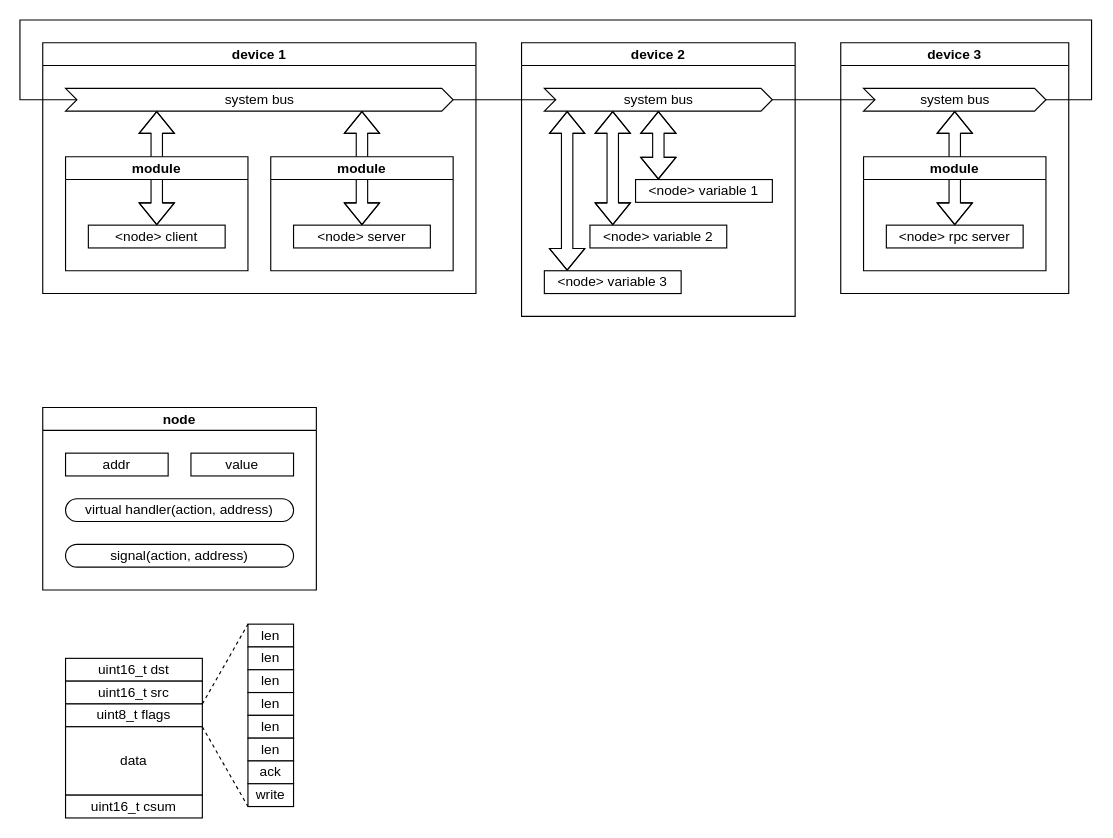
This is page "system bus" (3 of 3) of docs/diagrams_src.drawio from korrmet/ytk, a draw.io file, before an edit. Source tidied: cells renumbered, new cells numbered last; positions are measured from the earlier drawing's top-left corner, leaving out a move shared by most shapes. Both pictures are drawn from the tidied source at 114%, with x=0, y=0 at pixel (19, 19).
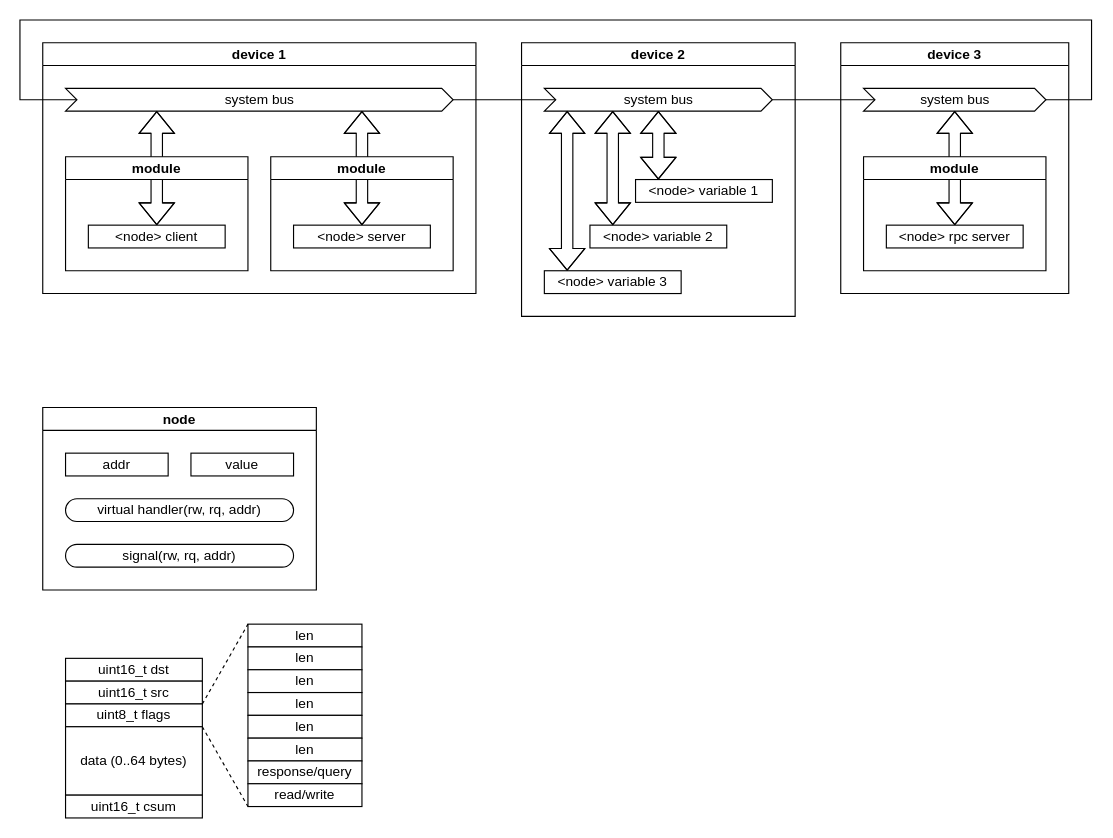
Above is the later version.

Commit message:
Added some unsaved changes in diagrams

The change refers to these unchanged cells:
```xml
<mxCell id="18" value="node" style="swimlane;startSize=20;fontFamily=Iosevka;" parent="1" vertex="1">
  <mxGeometry x="20" y="340" width="240" height="160" as="geometry" />
</mxCell>
```

Diff of the diagram source:
```diff
@@
-    <mxCell id="20" value="virtual handler(action, address)" style="rounded=1;whiteSpace=wrap;html=1;arcSize=50;fontFamily=Iosevka;" parent="18" vertex="1">
+    <mxCell id="20" value="virtual handler(rw, rq, addr)" style="rounded=1;whiteSpace=wrap;html=1;arcSize=50;fontFamily=Iosevka;" parent="18" vertex="1">
       <mxGeometry x="20" y="80" width="200" height="20" as="geometry" />
     </mxCell>
@@
-    <mxCell id="22" value="signal(action, address)" style="rounded=1;whiteSpace=wrap;html=1;arcSize=50;fontFamily=Iosevka;" parent="18" vertex="1">
+    <mxCell id="22" value="signal(rw, rq, addr)" style="rounded=1;whiteSpace=wrap;html=1;arcSize=50;fontFamily=Iosevka;" parent="18" vertex="1">
       <mxGeometry x="20" y="120" width="200" height="20" as="geometry" />
     </mxCell>
@@
     <mxCell id="34" value="len" style="rounded=0;whiteSpace=wrap;html=1;fontFamily=Iosevka;" parent="1" vertex="1">
-      <mxGeometry x="200" y="530" width="40" height="20" as="geometry" />
+      <mxGeometry x="200" y="530" width="100" height="20" as="geometry" />
     </mxCell>
     <mxCell id="35" value="len" style="rounded=0;whiteSpace=wrap;html=1;fontFamily=Iosevka;" parent="1" vertex="1">
-      <mxGeometry x="200" y="550" width="40" height="20" as="geometry" />
+      <mxGeometry x="200" y="550" width="100" height="20" as="geometry" />
     </mxCell>
     <mxCell id="36" value="len" style="rounded=0;whiteSpace=wrap;html=1;fontFamily=Iosevka;" parent="1" vertex="1">
-      <mxGeometry x="200" y="570" width="40" height="20" as="geometry" />
+      <mxGeometry x="200" y="570" width="100" height="20" as="geometry" />
     </mxCell>
     <mxCell id="37" value="len" style="rounded=0;whiteSpace=wrap;html=1;fontFamily=Iosevka;" parent="1" vertex="1">
-      <mxGeometry x="200" y="590" width="40" height="20" as="geometry" />
+      <mxGeometry x="200" y="590" width="100" height="20" as="geometry" />
     </mxCell>
     <mxCell id="38" value="len" style="rounded=0;whiteSpace=wrap;html=1;fontFamily=Iosevka;" parent="1" vertex="1">
-      <mxGeometry x="200" y="610" width="40" height="20" as="geometry" />
+      <mxGeometry x="200" y="610" width="100" height="20" as="geometry" />
     </mxCell>
     <mxCell id="39" value="len" style="rounded=0;whiteSpace=wrap;html=1;fontFamily=Iosevka;" parent="1" vertex="1">
-      <mxGeometry x="200" y="630" width="40" height="20" as="geometry" />
+      <mxGeometry x="200" y="630" width="100" height="20" as="geometry" />
     </mxCell>
-    <mxCell id="40" value="ack" style="rounded=0;whiteSpace=wrap;html=1;fontFamily=Iosevka;" parent="1" vertex="1">
-      <mxGeometry x="200" y="650" width="40" height="20" as="geometry" />
+    <mxCell id="40" value="response/query" style="rounded=0;whiteSpace=wrap;html=1;fontFamily=Iosevka;" parent="1" vertex="1">
+      <mxGeometry x="200" y="650" width="100" height="20" as="geometry" />
     </mxCell>
-    <mxCell id="41" value="write" style="rounded=0;whiteSpace=wrap;html=1;fontFamily=Iosevka;" parent="1" vertex="1">
-      <mxGeometry x="200" y="670" width="40" height="20" as="geometry" />
+    <mxCell id="41" value="read/write" style="rounded=0;whiteSpace=wrap;html=1;fontFamily=Iosevka;" parent="1" vertex="1">
+      <mxGeometry x="200" y="670" width="100" height="20" as="geometry" />
     </mxCell>
@@
-    <mxCell id="44" value="data" style="rounded=0;whiteSpace=wrap;html=1;fontFamily=Iosevka;" parent="1" vertex="1">
+    <mxCell id="44" value="data (0..64 bytes)" style="rounded=0;whiteSpace=wrap;html=1;fontFamily=Iosevka;" parent="1" vertex="1">
       <mxGeometry x="40" y="620" width="120" height="60" as="geometry" />
     </mxCell>
```
